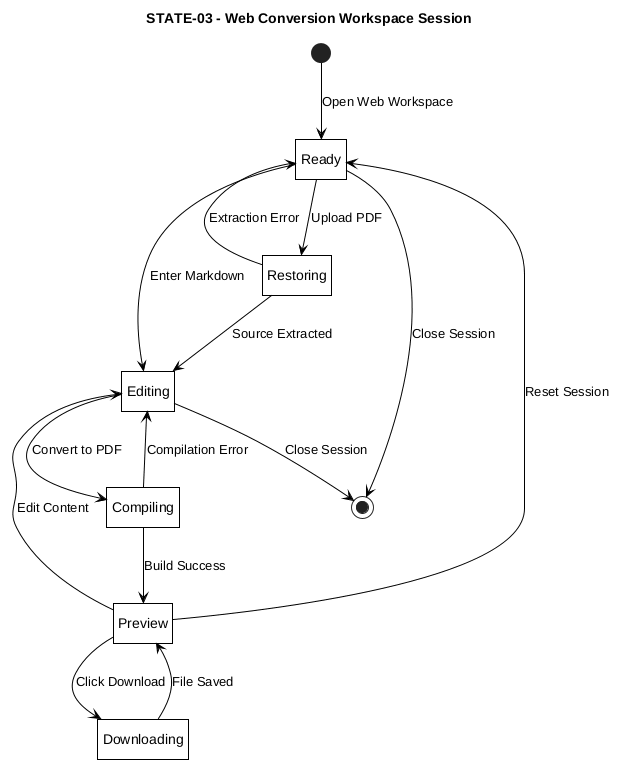
Above: Figures/state-machine/STATE-03-web-conversion-session.png in Litho-MD/uet-fyp-docs (PlantUML), before the change. The source it was exported from:
```plantuml
@startuml STATE-03-web-conversion-session
title STATE-03 - Web Conversion Workspace Session

hide empty description

skinparam monochrome true
skinparam backgroundColor white
skinparam shadowing false
skinparam defaultTextAlignment center
skinparam roundCorner 0
skinparam ArrowColor black
skinparam defaultFontColor black
skinparam stateBorderThickness 1
skinparam state {
    BackgroundColor white
    BorderColor black
    FontColor black
}

[*] --> Ready : Open Web Workspace

Ready --> Editing : Enter Markdown
Ready --> Restoring : Upload PDF

Restoring --> Editing : Source Extracted
Restoring --> Ready : Extraction Error

Editing --> Compiling : Convert to PDF
Compiling --> Editing : Compilation Error
Compiling --> Preview : Build Success

Preview --> Downloading : Click Download
Downloading --> Preview : File Saved

Preview --> Editing : Edit Content
Preview --> Ready : Reset Session

Ready --> [*] : Close Session
Editing --> [*] : Close Session

@enduml
```
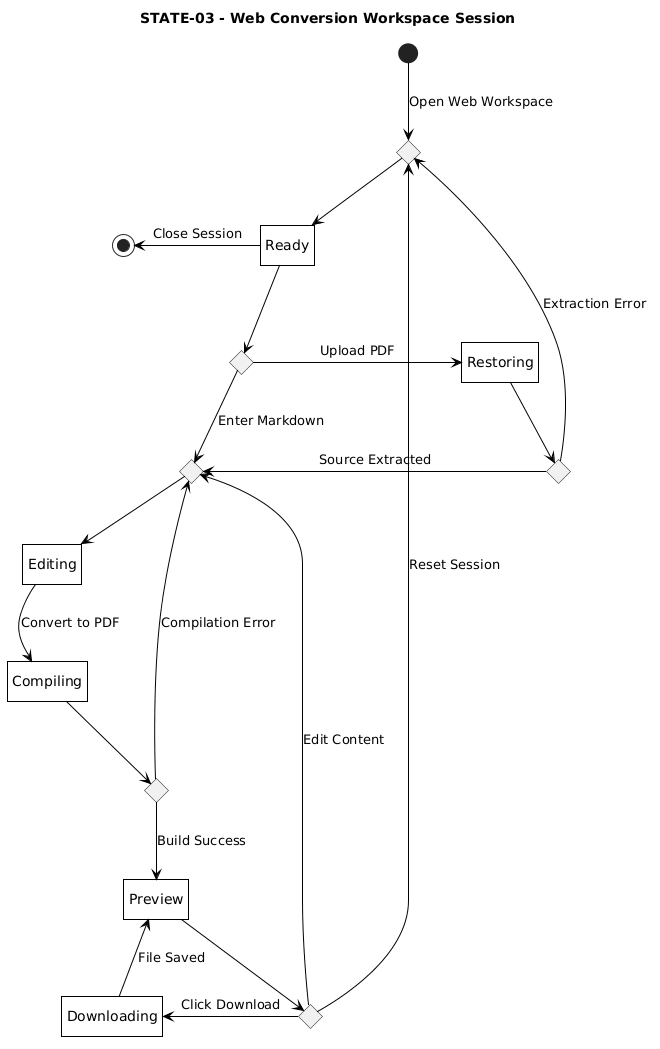
The same file after the commit.

Diff of the diagram source:
```diff
@@ -1,4 +1,4 @@
-@startuml STATE-03-web-conversion-session
+@startuml
 title STATE-03 - Web Conversion Workspace Session
 
 hide empty description
@@ -17,25 +17,37 @@
     FontColor black
 }
 
-[*] --> Ready : Open Web Workspace
+state c_ready_in <<choice>>
+state c_edit_in <<choice>>
 
-Ready --> Editing : Enter Markdown
-Ready --> Restoring : Upload PDF
+[*] -down-> c_ready_in : Open Web Workspace
+c_ready_in -down-> Ready
 
-Restoring --> Editing : Source Extracted
-Restoring --> Ready : Extraction Error
+state c_action <<choice>>
+Ready -down-> c_action
 
-Editing --> Compiling : Convert to PDF
-Compiling --> Editing : Compilation Error
-Compiling --> Preview : Build Success
+c_action -down-> c_edit_in : Enter Markdown
+c_action -right-> Restoring : Upload PDF
 
-Preview --> Downloading : Click Download
-Downloading --> Preview : File Saved
+state c_restore <<choice>>
+Restoring -down-> c_restore
+c_restore -left-> c_edit_in : Source Extracted
+c_restore -up-> c_ready_in : Extraction Error
 
-Preview --> Editing : Edit Content
-Preview --> Ready : Reset Session
+c_edit_in -down-> Editing
+Editing -down-> Compiling : Convert to PDF
 
-Ready --> [*] : Close Session
-Editing --> [*] : Close Session
+state c_compile <<choice>>
+Compiling -down-> c_compile
+c_compile -left-> c_edit_in : Compilation Error
+c_compile -down-> Preview : Build Success
 
+state c_preview <<choice>>
+Preview -down-> c_preview
+c_preview -left-> Downloading : Click Download
+Downloading -up-> Preview : File Saved
+c_preview -up-> c_edit_in : Edit Content
+c_preview -up-> c_ready_in : Reset Session
+
+Ready -left-> [*] : Close Session
 @enduml
```
